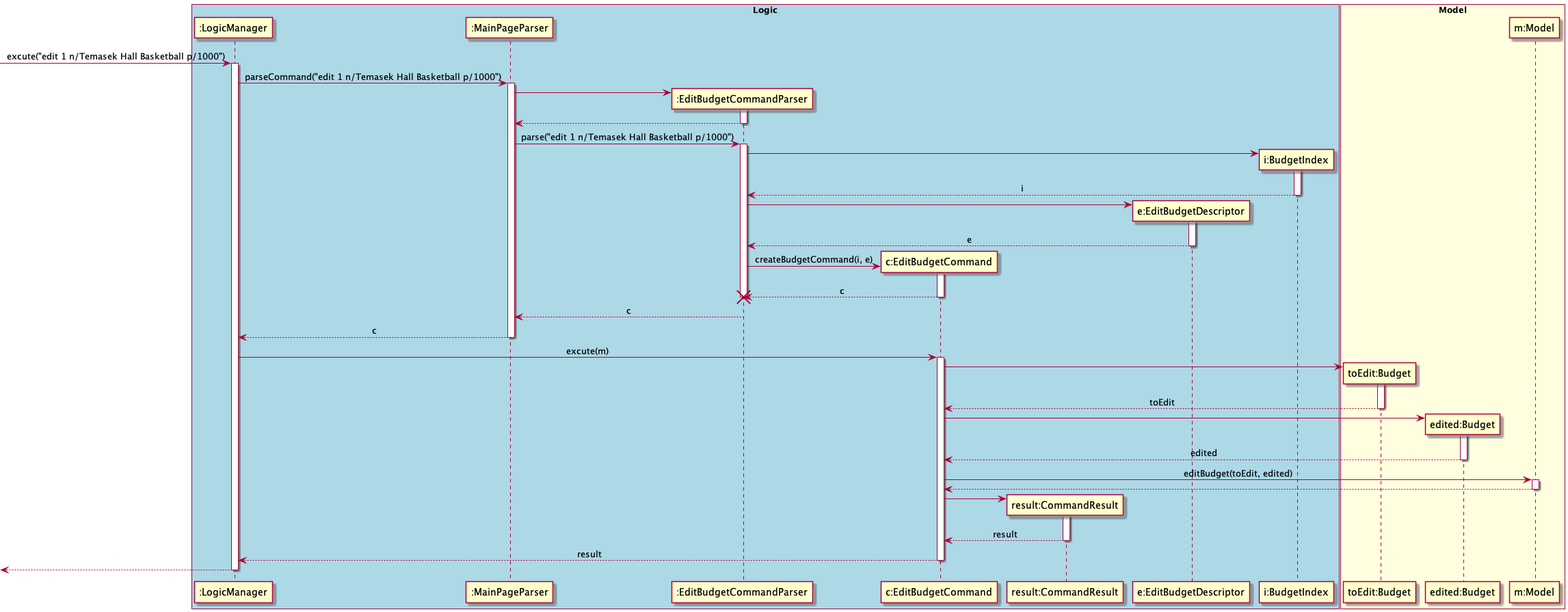
Above: docs/diagrams/commandsPlantUML/diagram/EditBudgetCommand.png in yu-ming-chen/tp (PlantUML), before the change. The source it was exported from:
```plantuml
@startuml
skinparam Sequence {
    MessageAlign center
}
box "Logic" #LightBlue
participant ":LogicManager" as LM
participant ":MainPageParser" as MPP
participant ":EditBudgetCommandParser" as EBCP
participant "c:EditBudgetCommand" as EBC
participant "result:CommandResult" as CR
participant "e:EditBudgetDescriptor" as EBD
participant "i:BudgetIndex" as BI

end box

box "Model" #LightYellow
participant "toEdit:Budget" as toEditBudget
participant "edited:Budget" as editedBudget
participant "m:Model" as M
end box

[-> LM : excute("edit 1 n/Temasek Hall Basketball p/1000")
activate LM
LM -> MPP : parseCommand("edit 1 n/Temasek Hall Basketball p/1000")
activate MPP

create EBCP
MPP -> EBCP
activate EBCP
MPP <-- EBCP
deactivate EBCP
MPP -> EBCP : parse("edit 1 n/Temasek Hall Basketball p/1000")
activate EBCP

create BI
EBCP -> BI
activate BI
EBCP <-- BI : i
deactivate BI

create EBD
EBCP -> EBD
activate EBD
EBCP <-- EBD : e
deactivate EBD

create EBC
EBCP -> EBC : createBudgetCommand(i, e)
activate EBC
EBCP <-- EBC : c
deactivate EBC
destroy EBCP
MPP <-- EBCP : c
deactivate EBCP
LM <-- MPP : c
deactivate MPP

LM -> EBC: excute(m)

activate EBC
create toEditBudget
EBC -> toEditBudget
activate toEditBudget
EBC <-- toEditBudget : toEdit
deactivate toEditBudget

create editedBudget
EBC -> editedBudget
activate editedBudget
EBC <-- editedBudget : edited
deactivate editedBudget

EBC -> M : editBudget(toEdit, edited)
activate M
EBC <-- M
deactivate M

create CR
EBC -> CR
activate CR
EBC <-- CR : result
deactivate CR

LM <-- EBC: result
deactivate EBC
[<-- LM
deactivate LM


@enduml
```
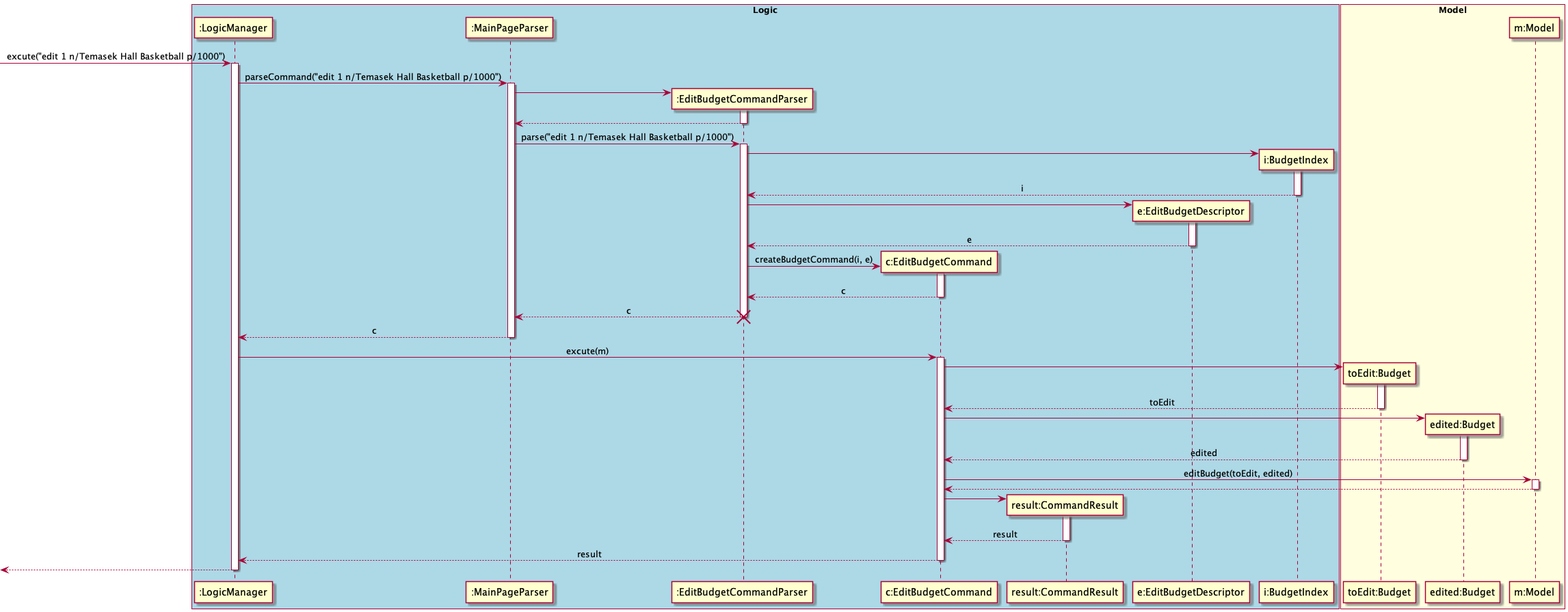
After the change.

What changed in the source:
```diff
@@ -49,8 +49,11 @@
 activate EBC
 EBCP <-- EBC : c
 deactivate EBC
+MPP <-- EBCP : c
+
 destroy EBCP
-MPP <-- EBCP : c
+
+
 deactivate EBCP
 LM <-- MPP : c
 deactivate MPP
```
